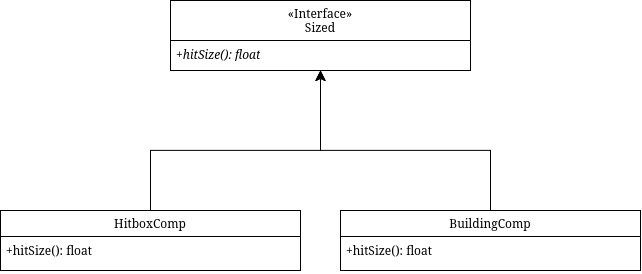
This is SE202526/Milestone2/DesignPatterns/ManuelOliveira/Assets/Strategy_diagram.png from gabits17/Mindustry-Add-ons-SE-Project, a draw.io export, as it was before one commit. Source tidied: cells renumbered, new cells last; positions are measured from the earlier drawing's top-left corner, leaving out a move shared by most shapes.
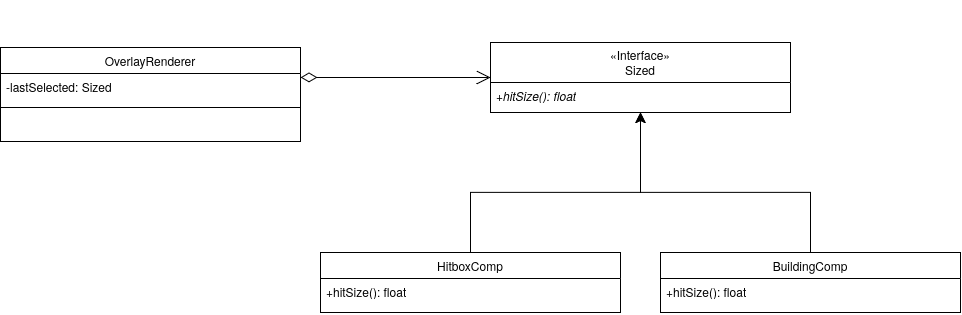
Later version of the same file.

Change to the diagram source:
```diff
@@ -19,23 +19,37 @@
     <mxCell id="5" value="HitboxComp" style="swimlane;fontStyle=0;horizontal=1;startSize=26;fillColor=none;whiteSpace=wrap;html=1;" parent="1" vertex="1">
       <mxGeometry y="210" width="300" height="60" as="geometry" />
     </mxCell>
-    <mxCell id="6" value="+hitSize(): float" style="text;strokeColor=none;fillColor=none;align=left;verticalAlign=top;spacingLeft=4;spacingRight=4;overflow=hidden;whiteSpace=wrap;html=1;" parent="5" vertex="1">
-      <mxGeometry y="26" width="300" height="34" as="geometry" />
-    </mxCell>
+    <mxCell id="10" value="+hitSize(): float" style="text;strokeColor=none;fillColor=none;align=left;verticalAlign=top;spacingLeft=4;spacingRight=4;overflow=hidden;whiteSpace=wrap;html=1;" parent="5" vertex="1">
+      <mxGeometry y="26" width="300" height="34" as="geometry" />
+    </mxCell>
     <mxCell id="7" value="BuildingComp" style="swimlane;fontStyle=0;horizontal=1;startSize=26;fillColor=none;whiteSpace=wrap;html=1;" parent="1" vertex="1">
       <mxGeometry x="340" y="210" width="300" height="60" as="geometry" />
     </mxCell>
-    <mxCell id="8" value="+hitSize(): float" style="text;strokeColor=none;fillColor=none;align=left;verticalAlign=top;spacingLeft=4;spacingRight=4;overflow=hidden;whiteSpace=wrap;html=1;" parent="7" vertex="1">
-      <mxGeometry y="26" width="300" height="34" as="geometry" />
-    </mxCell>
-    <mxCell id="9" style="edgeStyle=orthogonalEdgeStyle;rounded=0;jettySize=auto;html=1;fontSize=12;startSize=8;endSize=8;exitX=0.5;exitY=0;exitDx=0;exitDy=0;" parent="1" edge="1" source="7">
-      <mxGeometry relative="1" as="geometry">
-        <mxPoint x="320" y="70" as="targetPoint" />
-        <Array as="points">
-          <mxPoint x="490" y="150" />
-          <mxPoint x="320" y="150" />
-        </Array>
-      </mxGeometry>
-    </mxCell>
+    <mxCell id="11" value="+hitSize(): float" style="text;strokeColor=none;fillColor=none;align=left;verticalAlign=top;spacingLeft=4;spacingRight=4;overflow=hidden;whiteSpace=wrap;html=1;" parent="7" vertex="1">
+      <mxGeometry y="26" width="300" height="34" as="geometry" />
+    </mxCell>
+    <mxCell id="12" style="edgeStyle=orthogonalEdgeStyle;rounded=0;jettySize=auto;html=1;fontSize=12;startSize=8;endSize=8;exitX=0.5;exitY=0;exitDx=0;exitDy=0;" parent="1" edge="1" source="7">
+      <mxGeometry relative="1" as="geometry">
+        <mxPoint x="320" y="70" as="targetPoint" />
+        <Array as="points">
+          <mxPoint x="490" y="150" />
+          <mxPoint x="320" y="150" />
+        </Array>
+      </mxGeometry>
+    </mxCell>
+    <mxCell id="13" value="OverlayRenderer" style="swimlane;fontStyle=0;horizontal=1;startSize=26;fillColor=none;whiteSpace=wrap;html=1;" parent="1" vertex="1">
+      <mxGeometry x="-320" y="5" width="300" height="94" as="geometry" />
+    </mxCell>
+    <mxCell id="14" value="-lastSelected: Sized" style="text;strokeColor=none;fillColor=none;align=left;verticalAlign=top;spacingLeft=4;spacingRight=4;overflow=hidden;whiteSpace=wrap;html=1;" parent="13" vertex="1">
+      <mxGeometry y="26" width="300" height="34" as="geometry" />
+    </mxCell>
+    <mxCell id="15" style="text;strokeColor=default;fillColor=none;align=left;verticalAlign=top;spacingLeft=4;spacingRight=4;overflow=hidden;whiteSpace=wrap;html=1;" parent="13" vertex="1">
+      <mxGeometry y="60" width="300" height="34" as="geometry" />
+    </mxCell>
+    <mxCell id="16" value="&lt;div&gt;&lt;br&gt;&lt;/div&gt;&lt;div&gt;&lt;br&gt;&lt;/div&gt;" style="endArrow=open;html=1;endSize=12;startArrow=diamondThin;startSize=14;startFill=0;edgeStyle=orthogonalEdgeStyle;align=left;verticalAlign=bottom;rounded=0;fontSize=12;curved=0;entryX=0;entryY=0.5;entryDx=0;entryDy=0;" parent="1" edge="1" target="3">
+      <mxGeometry x="-0.68" y="45" relative="1" as="geometry">
+        <mxPoint x="-20" y="35" as="sourcePoint" />
+      </mxGeometry>
+    </mxCell>
   </root>
 </mxGraphModel>
```
